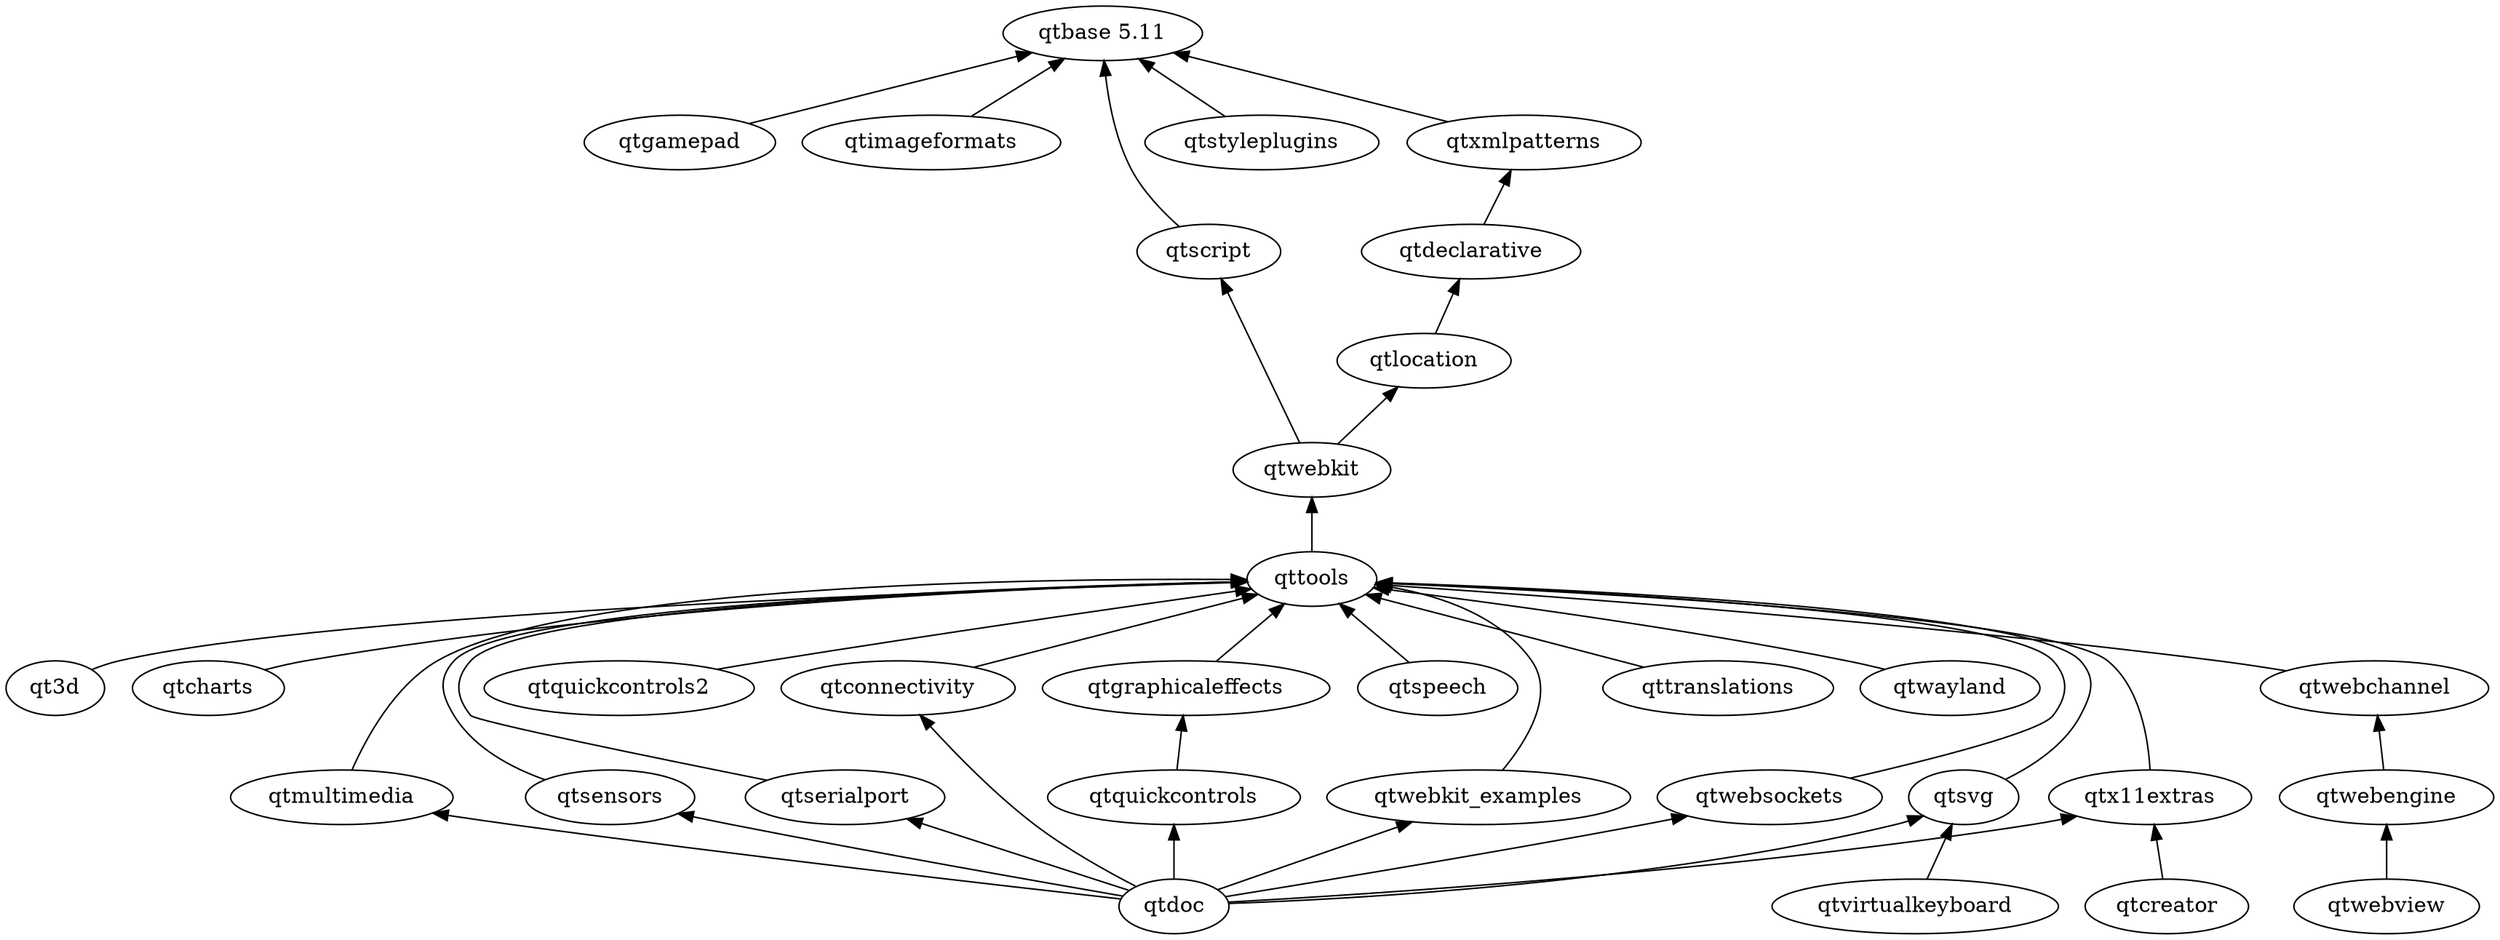
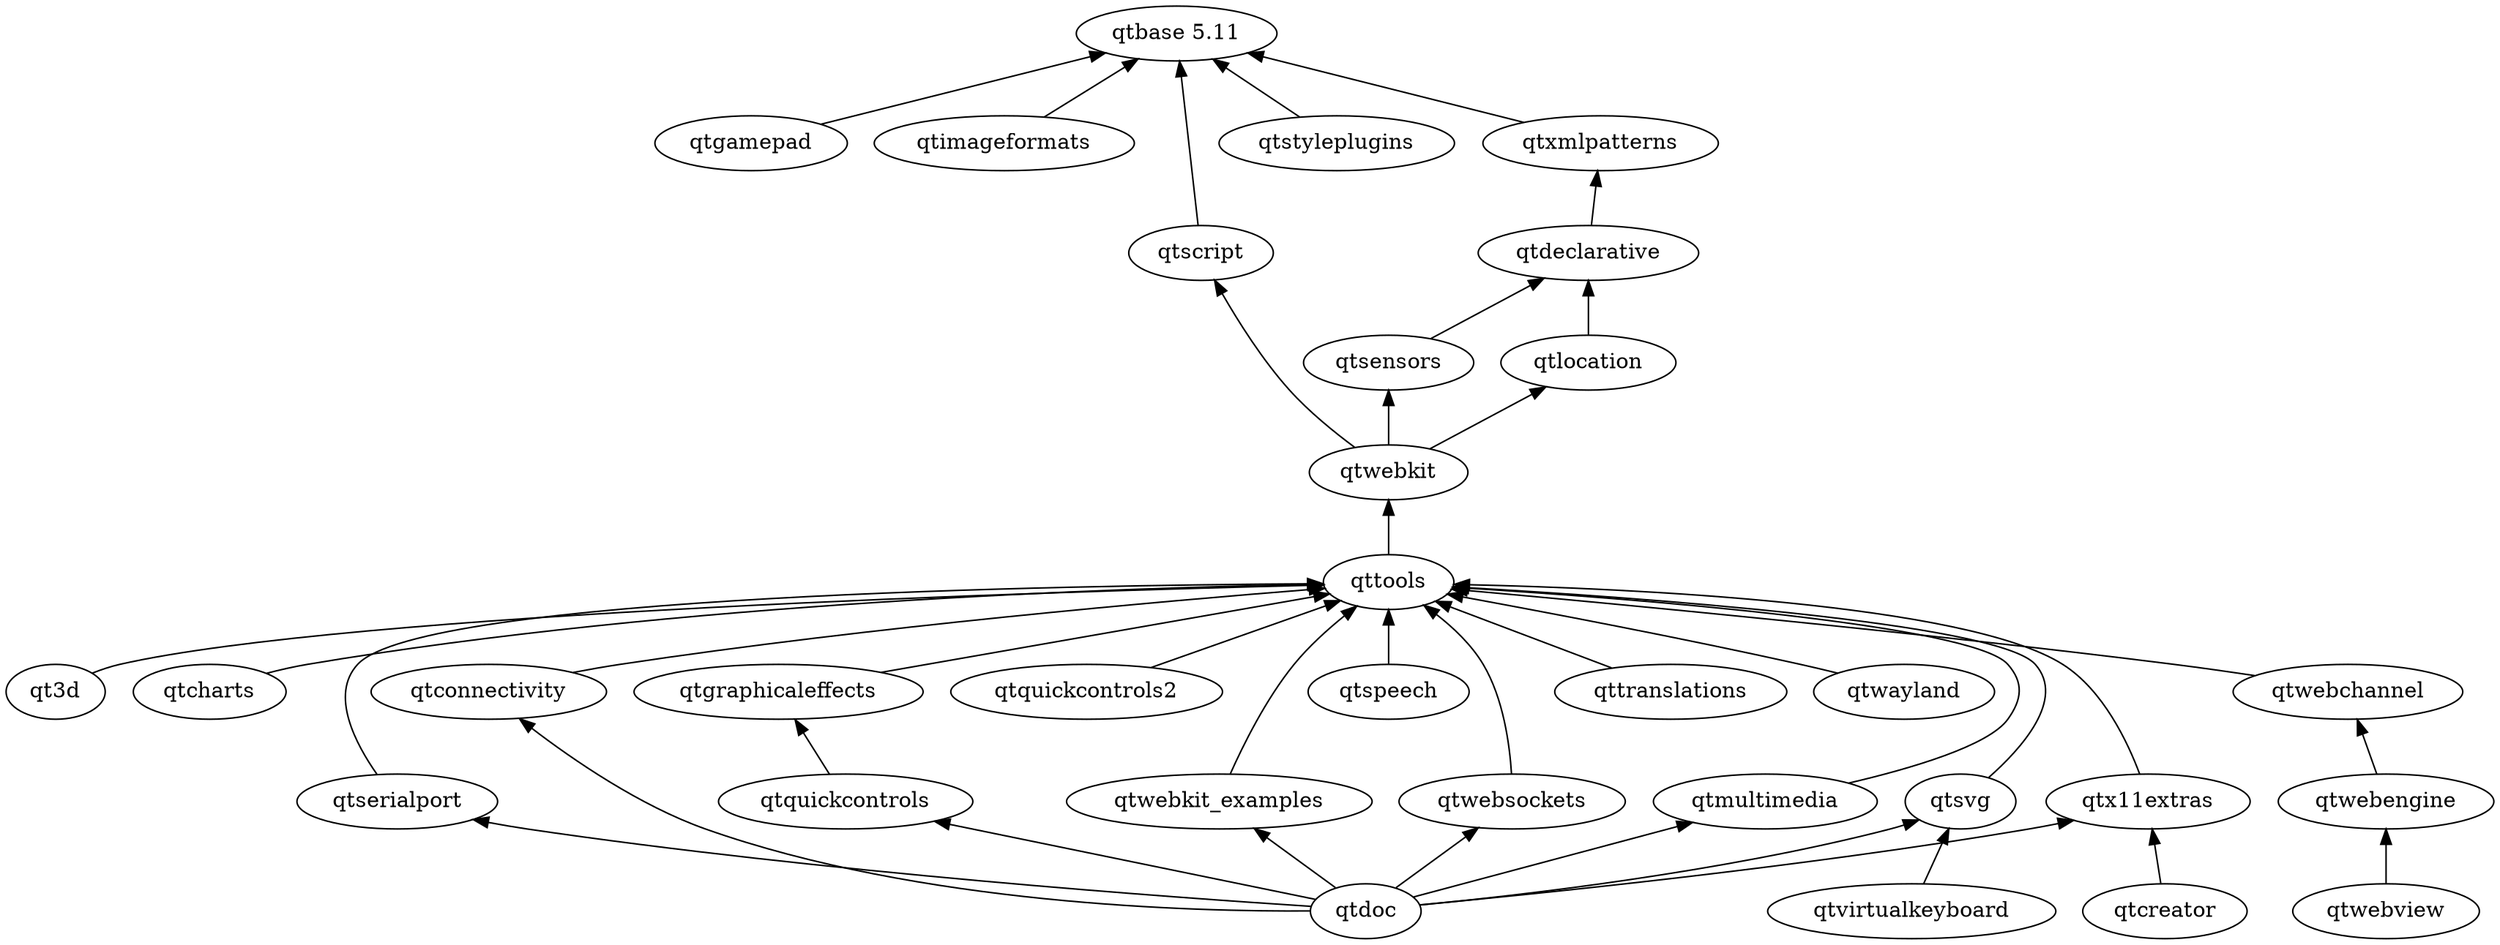
digraph qt5 {
  graph [
    rankdir = "BT"
  ]

  qt3d
  "qtbase 5.11"
  qtcharts
  qtconnectivity
  qtcreator
  qtdeclarative
  qtdoc
  qtgamepad
  qtgraphicaleffects
  qtimageformats
  qtlocation
  qtmultimedia
  qtquickcontrols
  qtquickcontrols2
  qtscript
  qtsensors
  qtserialport
  qtspeech
  qtstyleplugins
  qtsvg
  qttools
  qttranslations
  qtvirtualkeyboard
  qtwayland
  qtwebchannel
  qtwebengine
  qtwebkit
  qtwebkit_examples
  qtwebsockets
  qtx11extras
  qtxmlpatterns

  qt3d -> qttools
  qtcharts -> qttools
  qtconnectivity -> qttools
  qtcreator -> qtx11extras
  qtdeclarative -> qtxmlpatterns
  qtdoc -> qtconnectivity
  qtdoc -> qtmultimedia
  qtdoc -> qtquickcontrols
-   qtdoc -> qtsensors
  qtdoc -> qtserialport
  qtdoc -> qtsvg
  qtdoc -> qtwebkit_examples
  qtdoc -> qtwebsockets
  qtdoc -> qtx11extras
  qtgamepad -> "qtbase 5.11"
  qtgraphicaleffects -> qttools
  qtimageformats -> "qtbase 5.11"
  qtlocation -> qtdeclarative
  qtmultimedia -> qttools
  qtquickcontrols -> qtgraphicaleffects
  qtquickcontrols2 -> qttools
  qtscript -> "qtbase 5.11"
-   qtsensors -> qttools
+   qtsensors ->qtdeclarative
  qtserialport -> qttools
  qtspeech -> qttools
  qtstyleplugins -> "qtbase 5.11"
  qtsvg -> qttools
  qttools -> qtwebkit
  qttranslations -> qttools
  qtvirtualkeyboard -> qtsvg
  qtwayland -> qttools
  qtwebchannel -> qttools
  qtwebengine -> qtwebchannel
  qtwebview -> qtwebengine
+   qtwebkit -> qtlocation
  qtwebkit -> qtscript
-   qtwebkit -> qtlocation
+   qtwebkit -> qtsensors
  qtwebkit_examples -> qttools
  qtwebsockets -> qttools
  qtx11extras -> qttools
  qtxmlpatterns -> "qtbase 5.11"
}
